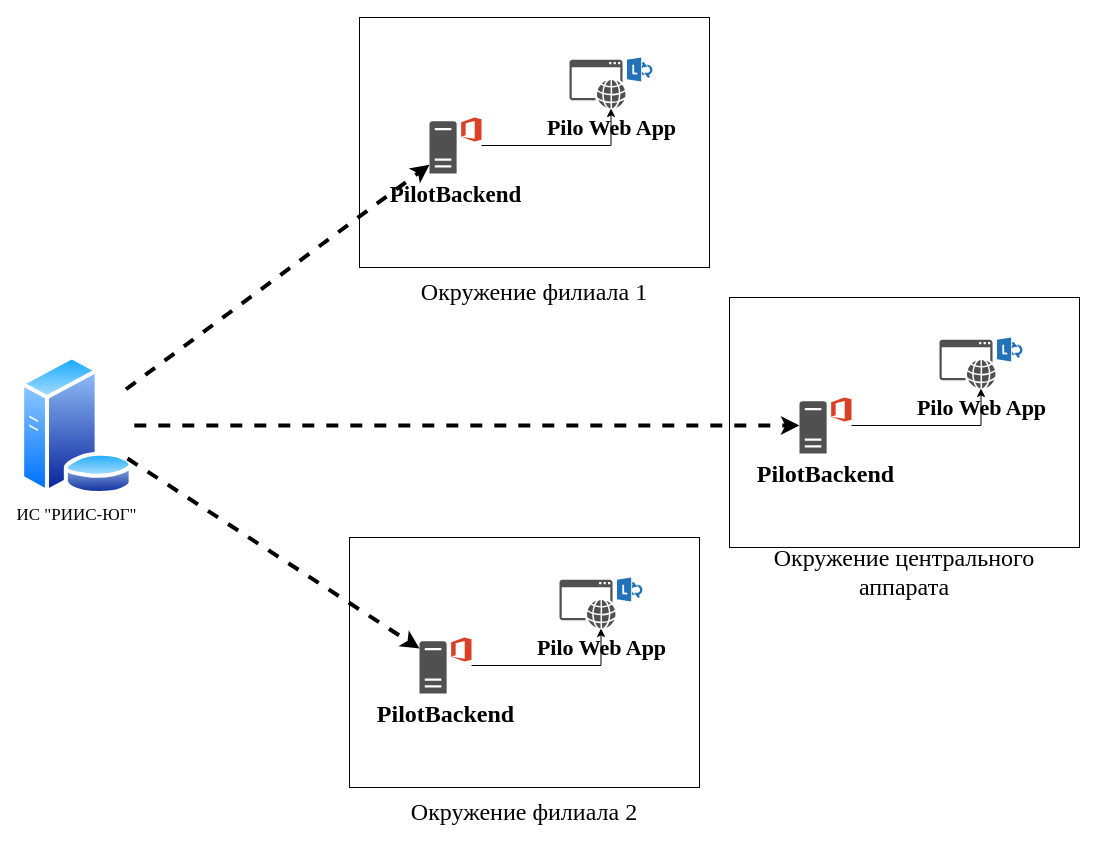
Earlier version of the draw.io diagram page "РИИС ЮГ" (16 of 16) of Pilot Схема потоков данных.drawio (aaf1974/ProjectDiagram). Source tidied: cells renumbered, new cells numbered last; positions are measured from the earlier drawing's top-left corner, leaving out a move shared by most shapes. Both pictures are drawn from the tidied source at 100%, with x=0, y=0 at pixel (19, 17).
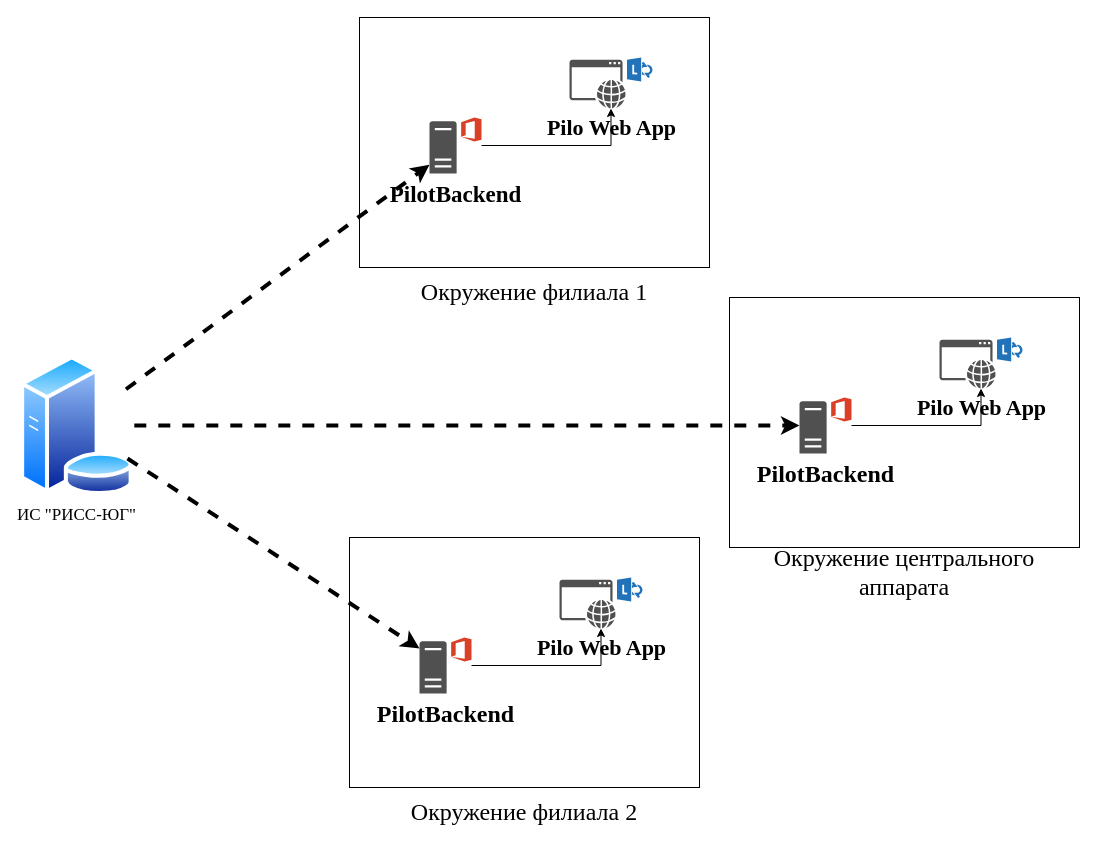
The same page after the edit.

Diff of the diagram source:
```diff
@@
-    <mxCell id="2" value="&lt;font style=&quot;font-size: 17px;&quot; face=&quot;Times New Roman&quot;&gt;ИС &quot;РИИС-ЮГ&quot;&lt;/font&gt;" style="image;perimeter=ellipsePerimeter;html=1;align=center;shadow=0;dashed=0;spacingTop=3;image=img/lib/active_directory/database_server.svg;" parent="1" vertex="1">
+    <mxCell id="2" value="&lt;font style=&quot;font-size: 17px;&quot; face=&quot;Times New Roman&quot;&gt;ИС &quot;РИСС-ЮГ&quot;&lt;/font&gt;" style="image;perimeter=ellipsePerimeter;html=1;align=center;shadow=0;dashed=0;spacingTop=3;image=img/lib/active_directory/database_server.svg;" parent="1" vertex="1">
       <mxGeometry y="338" width="114.8" height="140" as="geometry" />
     </mxCell>
```
